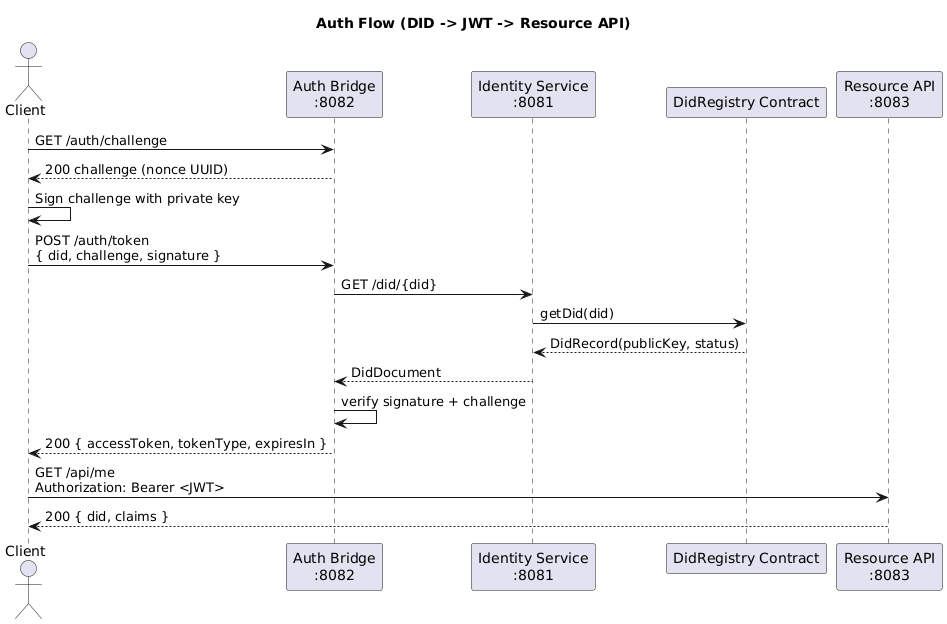
The PlantUML diagram docs/diagrams/sequence-auth-jwt-resource.png in igorsatsyuk/did-idp-jwt-bridge, before a commit. Source of this version:
```plantuml
@startuml
title Auth Flow (DID -> JWT -> Resource API)

actor Client
participant "Auth Bridge\n:8082" as Auth
participant "Identity Service\n:8081" as Identity
participant "DidRegistry Contract" as Contract
participant "Resource API\n:8083" as Resource

Client -> Auth: GET /auth/challenge
Auth --> Client: 200 challenge (nonce UUID)

Client -> Client: Sign challenge with private key

Client -> Auth: POST /auth/token\n{ did, challenge, signature }
Auth -> Identity: GET /did/{did}
Identity -> Contract: getDid(did)
Contract --> Identity: DidRecord(publicKey, status)
Identity --> Auth: DidDocument
Auth -> Auth: verify signature + challenge
Auth --> Client: 200 { accessToken, tokenType, expiresIn }

Client -> Resource: GET /api/me\nAuthorization: Bearer <JWT>
Resource --> Client: 200 { did, claims }

@enduml
```
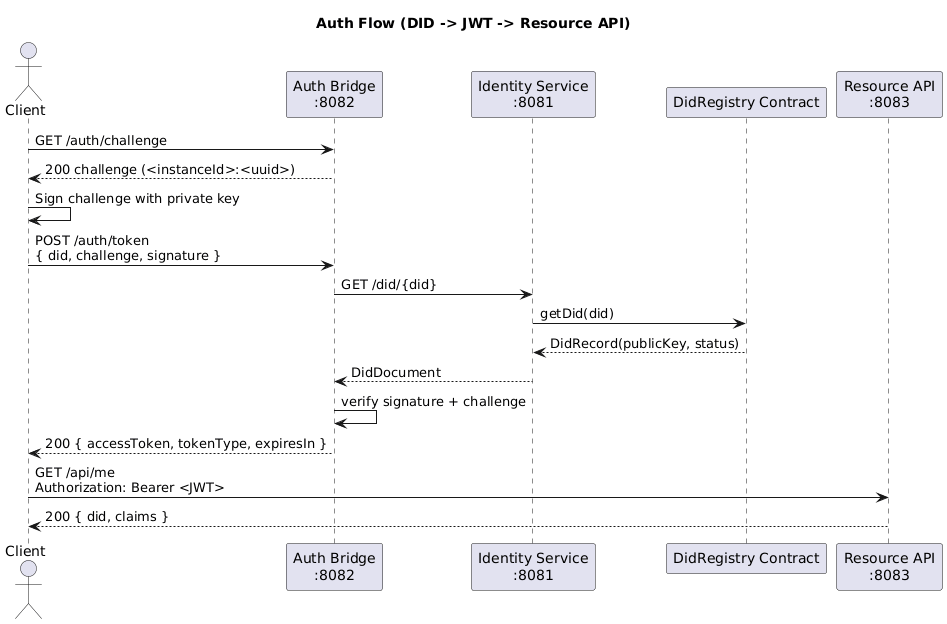
After the commit.

Commit message:
docs: fix challenge format and auth error docs

Diff of the diagram source:
```diff
@@ -8,7 +8,7 @@
 participant "Resource API\n:8083" as Resource
 
 Client -> Auth: GET /auth/challenge
-Auth --> Client: 200 challenge (nonce UUID)
+Auth --> Client: 200 challenge (<instanceId>:<uuid>)
 
 Client -> Client: Sign challenge with private key
 
```
